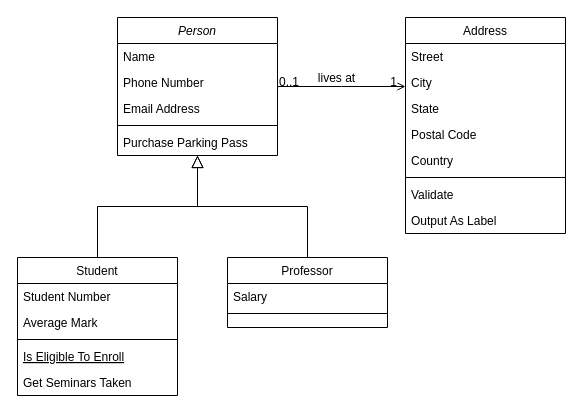
Before: Untitled Diagram.drawio in seongguk92/DesignPatternExample, a draw.io diagram. Source tidied: cells renumbered, new cells numbered last; positions are measured from the earlier drawing's top-left corner, leaving out a move shared by most shapes. Both pictures are drawn from the tidied source at 100%, with x=0, y=0 at pixel (17, 17).
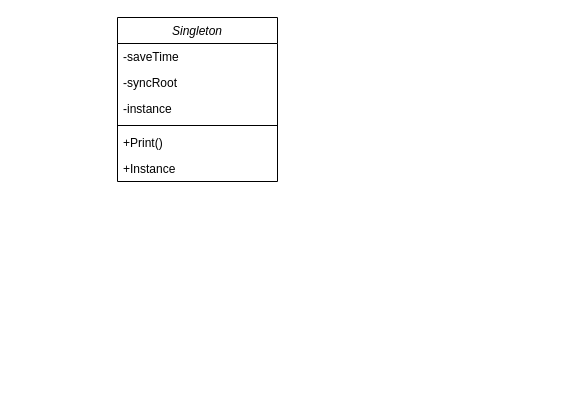
The same page after the edit.

Diff of the diagram source:
```diff
@@
-    <mxCell id="2" value="Person" style="swimlane;fontStyle=2;align=center;verticalAlign=top;horizontal=1;startSize=26;rounded=0;shadow=0;strokeWidth=1;" parent="1" vertex="1">
-      <mxGeometry x="100" width="160" height="138" as="geometry" />
+    <mxCell id="2" value="Singleton" style="swimlane;fontStyle=2;align=center;verticalAlign=top;horizontal=1;startSize=26;rounded=0;shadow=0;strokeWidth=1;" parent="1" vertex="1">
+      <mxGeometry x="100" width="160" height="164" as="geometry" />
     </mxCell>
-    <mxCell id="3" value="Name" style="text;align=left;verticalAlign=top;spacingLeft=4;spacingRight=4;overflow=hidden;" parent="2" vertex="1">
+    <mxCell id="3" value="-saveTime" style="text;align=left;verticalAlign=top;spacingLeft=4;spacingRight=4;overflow=hidden;" parent="2" vertex="1">
       <mxGeometry y="26" width="160" height="26" as="geometry" />
     </mxCell>
-    <mxCell id="4" value="Phone Number" style="text;align=left;verticalAlign=top;spacingLeft=4;spacingRight=4;overflow=hidden;rounded=0;shadow=0;html=0;" parent="2" vertex="1">
-      <mxGeometry y="52" width="160" height="26" as="geometry" />
-    </mxCell>
-    <mxCell id="5" value="Email Address" style="text;align=left;verticalAlign=top;spacingLeft=4;spacingRight=4;overflow=hidden;rounded=0;shadow=0;html=0;" parent="2" vertex="1">
-      <mxGeometry y="78" width="160" height="26" as="geometry" />
-    </mxCell>
+    <mxCell id="32" value="-syncRoot" style="text;align=left;verticalAlign=top;spacingLeft=4;spacingRight=4;overflow=hidden;" parent="2" vertex="1">
+      <mxGeometry y="52" width="160" height="26" as="geometry" />
+    </mxCell>
+    <mxCell id="33" value="-instance" style="text;align=left;verticalAlign=top;spacingLeft=4;spacingRight=4;overflow=hidden;" parent="2" vertex="1">
+      <mxGeometry y="78" width="160" height="26" as="geometry" />
+    </mxCell>
@@
-    <mxCell id="7" value="Purchase Parking Pass" style="text;align=left;verticalAlign=top;spacingLeft=4;spacingRight=4;overflow=hidden;" parent="2" vertex="1">
+    <mxCell id="7" value="+Print()" style="text;align=left;verticalAlign=top;spacingLeft=4;spacingRight=4;overflow=hidden;" parent="2" vertex="1">
       <mxGeometry y="112" width="160" height="26" as="geometry" />
     </mxCell>
-    <mxCell id="8" value="Student" style="swimlane;fontStyle=0;align=center;verticalAlign=top;horizontal=1;startSize=26;rounded=0;shadow=0;strokeWidth=1;" parent="1" vertex="1">
-      <mxGeometry y="240" width="160" height="138" as="geometry" />
-    </mxCell>
-    <mxCell id="9" value="Student Number" style="text;align=left;verticalAlign=top;spacingLeft=4;spacingRight=4;overflow=hidden;" parent="8" vertex="1">
-      <mxGeometry y="26" width="160" height="26" as="geometry" />
-    </mxCell>
-    <mxCell id="10" value="Average Mark" style="text;align=left;verticalAlign=top;spacingLeft=4;spacingRight=4;overflow=hidden;rounded=0;shadow=0;html=0;" parent="8" vertex="1">
-      <mxGeometry y="52" width="160" height="26" as="geometry" />
-    </mxCell>
-    <mxCell id="11" style="line;html=1;strokeWidth=1;align=left;verticalAlign=middle;spacingTop=-1;spacingLeft=3;spacingRight=3;labelPosition=right;" parent="8" vertex="1">
-      <mxGeometry y="78" width="160" height="8" as="geometry" />
-    </mxCell>
-    <mxCell id="12" value="Is Eligible To Enroll" style="text;align=left;verticalAlign=top;spacingLeft=4;spacingRight=4;overflow=hidden;fontStyle=4;" parent="8" vertex="1">
-      <mxGeometry y="86" width="160" height="26" as="geometry" />
-    </mxCell>
-    <mxCell id="13" value="Get Seminars Taken" style="text;align=left;verticalAlign=top;spacingLeft=4;spacingRight=4;overflow=hidden;" parent="8" vertex="1">
-      <mxGeometry y="112" width="160" height="26" as="geometry" />
-    </mxCell>
-    <mxCell id="14" style="endArrow=block;endSize=10;endFill=0;shadow=0;strokeWidth=1;rounded=0;edgeStyle=elbowEdgeStyle;elbow=vertical;" parent="1" edge="1" source="8" target="2">
-      <mxGeometry relative="1" as="geometry" />
-    </mxCell>
-    <mxCell id="15" value="Professor" style="swimlane;fontStyle=0;align=center;verticalAlign=top;horizontal=1;startSize=26;rounded=0;shadow=0;strokeWidth=1;" parent="1" vertex="1">
-      <mxGeometry x="210" y="240" width="160" height="70" as="geometry" />
-    </mxCell>
-    <mxCell id="16" value="Salary" style="text;align=left;verticalAlign=top;spacingLeft=4;spacingRight=4;overflow=hidden;" parent="15" vertex="1">
-      <mxGeometry y="26" width="160" height="26" as="geometry" />
-    </mxCell>
-    <mxCell id="17" style="line;html=1;strokeWidth=1;align=left;verticalAlign=middle;spacingTop=-1;spacingLeft=3;spacingRight=3;labelPosition=right;" parent="15" vertex="1">
-      <mxGeometry y="52" width="160" height="8" as="geometry" />
-    </mxCell>
-    <mxCell id="18" style="endArrow=block;endSize=10;endFill=0;shadow=0;strokeWidth=1;rounded=0;edgeStyle=elbowEdgeStyle;elbow=vertical;" parent="1" edge="1" source="15" target="2">
-      <mxGeometry relative="1" as="geometry" />
-    </mxCell>
-    <mxCell id="19" value="Address" style="swimlane;fontStyle=0;align=center;verticalAlign=top;horizontal=1;startSize=26;rounded=0;shadow=0;strokeWidth=1;" parent="1" vertex="1">
-      <mxGeometry x="388" width="160" height="216" as="geometry" />
-    </mxCell>
-    <mxCell id="20" value="Street" style="text;align=left;verticalAlign=top;spacingLeft=4;spacingRight=4;overflow=hidden;" parent="19" vertex="1">
-      <mxGeometry y="26" width="160" height="26" as="geometry" />
-    </mxCell>
-    <mxCell id="21" value="City" style="text;align=left;verticalAlign=top;spacingLeft=4;spacingRight=4;overflow=hidden;rounded=0;shadow=0;html=0;" parent="19" vertex="1">
-      <mxGeometry y="52" width="160" height="26" as="geometry" />
-    </mxCell>
-    <mxCell id="22" value="State" style="text;align=left;verticalAlign=top;spacingLeft=4;spacingRight=4;overflow=hidden;rounded=0;shadow=0;html=0;" parent="19" vertex="1">
-      <mxGeometry y="78" width="160" height="26" as="geometry" />
-    </mxCell>
-    <mxCell id="23" value="Postal Code" style="text;align=left;verticalAlign=top;spacingLeft=4;spacingRight=4;overflow=hidden;rounded=0;shadow=0;html=0;" parent="19" vertex="1">
-      <mxGeometry y="104" width="160" height="26" as="geometry" />
-    </mxCell>
-    <mxCell id="24" value="Country" style="text;align=left;verticalAlign=top;spacingLeft=4;spacingRight=4;overflow=hidden;rounded=0;shadow=0;html=0;" parent="19" vertex="1">
-      <mxGeometry y="130" width="160" height="26" as="geometry" />
-    </mxCell>
-    <mxCell id="25" style="line;html=1;strokeWidth=1;align=left;verticalAlign=middle;spacingTop=-1;spacingLeft=3;spacingRight=3;labelPosition=right;" parent="19" vertex="1">
-      <mxGeometry y="156" width="160" height="8" as="geometry" />
-    </mxCell>
-    <mxCell id="26" value="Validate" style="text;align=left;verticalAlign=top;spacingLeft=4;spacingRight=4;overflow=hidden;" parent="19" vertex="1">
-      <mxGeometry y="164" width="160" height="26" as="geometry" />
-    </mxCell>
-    <mxCell id="27" value="Output As Label" style="text;align=left;verticalAlign=top;spacingLeft=4;spacingRight=4;overflow=hidden;" parent="19" vertex="1">
-      <mxGeometry y="190" width="160" height="26" as="geometry" />
-    </mxCell>
-    <mxCell id="28" style="endArrow=open;shadow=0;strokeWidth=1;rounded=0;endFill=1;edgeStyle=elbowEdgeStyle;elbow=vertical;" parent="1" edge="1" source="2" target="19">
-      <mxGeometry x="0.5" y="41" relative="1" as="geometry">
-        <mxPoint x="-40" y="32" as="offset" />
-      </mxGeometry>
-    </mxCell>
-    <mxCell id="29" value="0..1" style="align=left;verticalAlign=bottom;labelBackgroundColor=none;fontSize=12;" parent="28" vertex="1">
-      <mxGeometry x="-1" relative="1" as="geometry">
-        <mxPoint y="4" as="offset" />
-      </mxGeometry>
-    </mxCell>
-    <mxCell id="30" value="1" style="align=right;verticalAlign=bottom;labelBackgroundColor=none;fontSize=12;" parent="28" vertex="1">
-      <mxGeometry x="1" relative="1" as="geometry">
-        <mxPoint x="-7" y="4" as="offset" />
-      </mxGeometry>
-    </mxCell>
-    <mxCell id="31" value="lives at" style="text;html=1;align=center;verticalAlign=middle;labelBackgroundColor=none;rounded=0;shadow=0;strokeWidth=1;fontSize=12;" parent="28" vertex="1">
-      <mxGeometry x="0.5" y="49" relative="1" as="geometry">
-        <mxPoint x="-38" y="40" as="offset" />
-      </mxGeometry>
-    </mxCell>
+    <mxCell id="34" value="+Instance" style="text;align=left;verticalAlign=top;spacingLeft=4;spacingRight=4;overflow=hidden;" parent="2" vertex="1">
+      <mxGeometry y="138" width="160" height="26" as="geometry" />
+    </mxCell>
```
